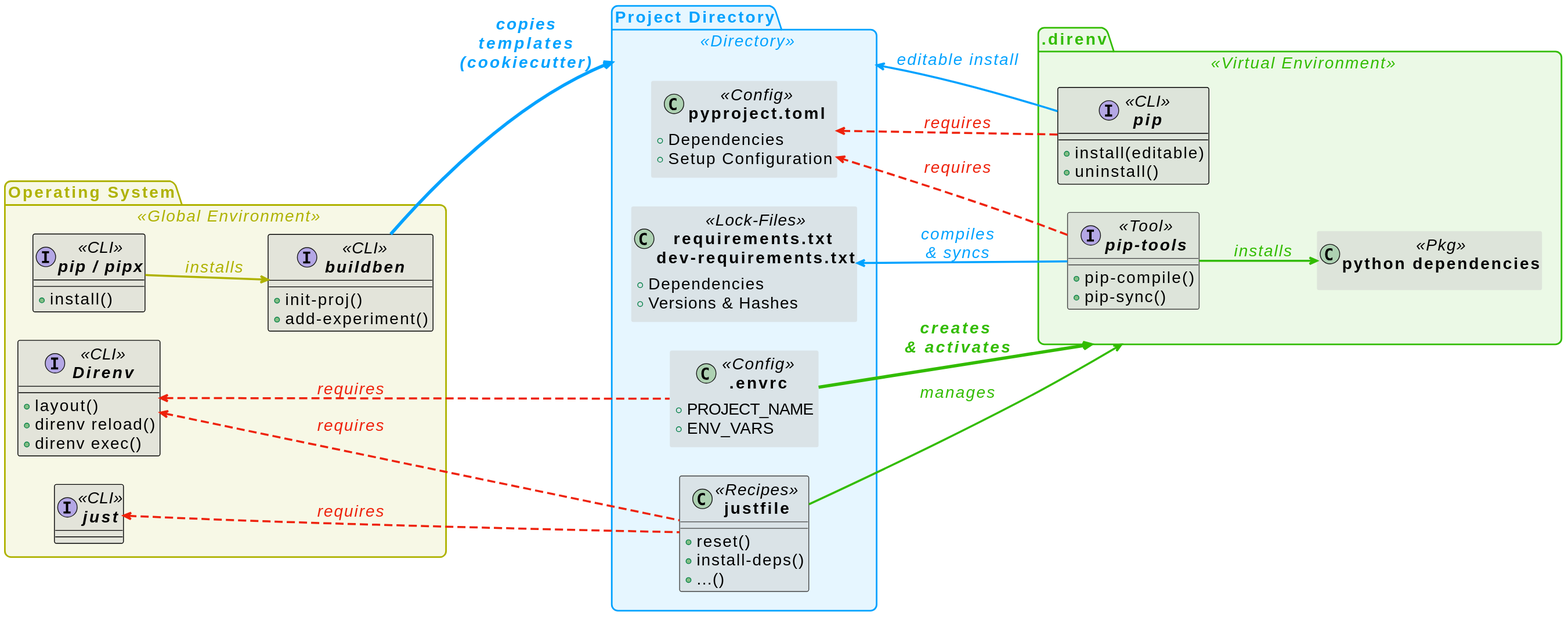
Earlier version of the PlantUML export assets/figures/diagram/diagram.svg (HisQu/buildben).
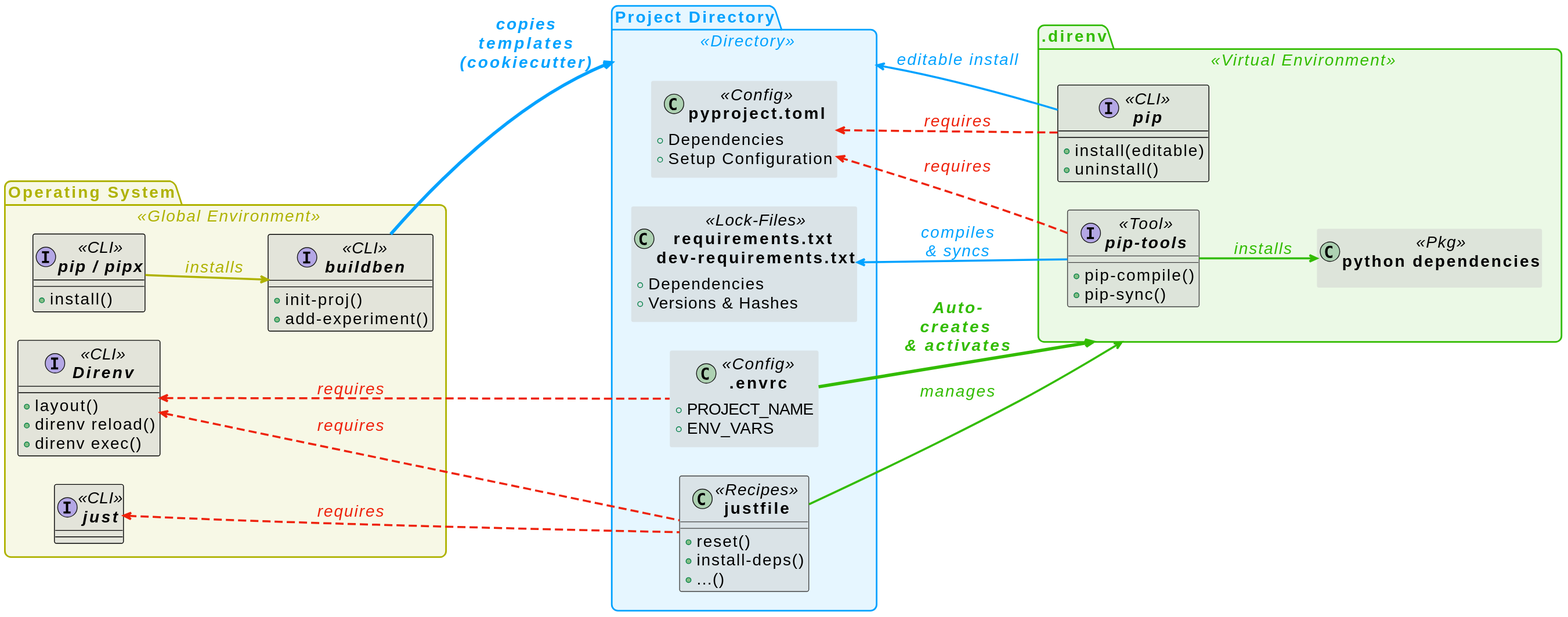
After the change.

What changed in the source:
```diff
@@ -34,7 +34,7 @@
 skinparam class<<CLI>> {
     BorderColor     #000000
 }
-skinparam class<<Config>><<Pkg>><<Lock-Files>> {
+skinparam class<<Config>><<Pkg>><<Lock-Files>><<File>><<Lock-File>> {
     BorderColor     #000000
     BorderThickness 0
 }
@@ -135,7 +135,7 @@
 </style>
 
 PT --> PD : installs
-ERC -[thickness=4]-> VENV : **creates** \n**& activates**
+ERC -[thickness=4]-> VENV : **Auto-**\n**creates** \n**& activates**
 JF --> VENV : manages
 
 
```
